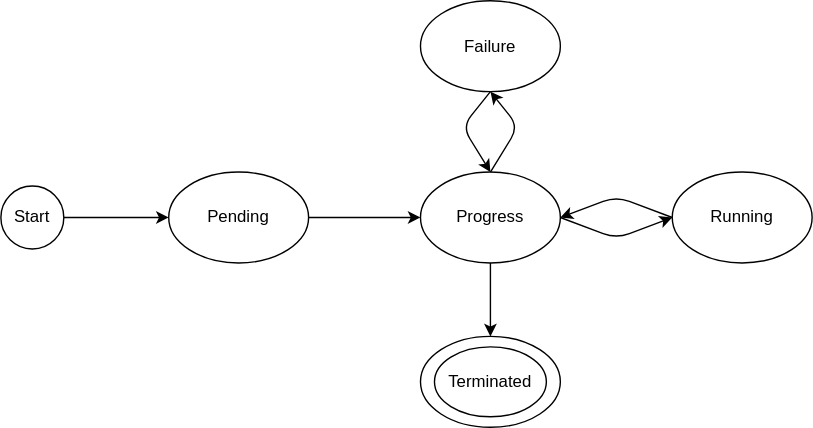
cbrgm/cloudburst keeps this draw.io diagram as documentation/state.svg. Above is the earlier version. Source tidied: cells renumbered, new cells last; positions are measured from the earlier drawing's top-left corner, leaving out a move shared by most shapes.
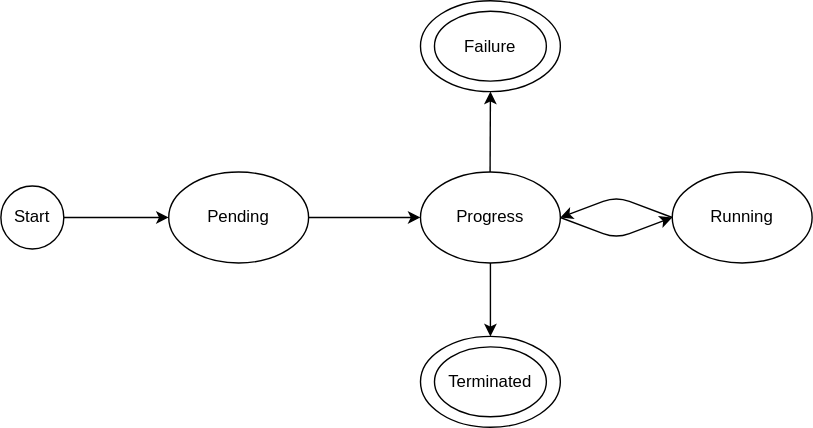
The same file after the commit.

Commit message:
docs: add updated state diagrams

What changed in the source:
```diff
@@ -28,23 +28,6 @@
         </Array>
       </mxGeometry>
     </mxCell>
-    <mxCell id="8" value="Failure" style="ellipse;whiteSpace=wrap;html=1;" parent="1" vertex="1">
-      <mxGeometry x="300" width="100" height="65" as="geometry" />
-    </mxCell>
-    <mxCell id="9" style="endArrow=classic;html=1;exitX=0.5;exitY=0;exitDx=0;exitDy=0;entryX=0.5;entryY=1;entryDx=0;entryDy=0;" parent="1" edge="1" source="4" target="8">
-      <mxGeometry relative="1" as="geometry">
-        <Array as="points">
-          <mxPoint x="370" y="90" />
-        </Array>
-      </mxGeometry>
-    </mxCell>
-    <mxCell id="10" style="endArrow=classic;html=1;exitX=0.5;exitY=1;exitDx=0;exitDy=0;entryX=0.5;entryY=0;entryDx=0;entryDy=0;" parent="1" edge="1" source="8" target="4">
-      <mxGeometry relative="1" as="geometry">
-        <Array as="points">
-          <mxPoint x="330" y="90" />
-        </Array>
-      </mxGeometry>
-    </mxCell>
     <mxCell id="11" style="ellipse;whiteSpace=wrap;html=1;" parent="1" vertex="1">
       <mxGeometry x="300" y="240" width="100" height="65" as="geometry" />
     </mxCell>
@@ -60,5 +43,16 @@
     <mxCell id="15" value="Start" style="ellipse;whiteSpace=wrap;html=1;" parent="1" vertex="1">
       <mxGeometry y="132.5" width="45" height="45" as="geometry" />
     </mxCell>
+    <mxCell id="16" style="ellipse;whiteSpace=wrap;html=1;" parent="1" vertex="1">
+      <mxGeometry x="300" width="100" height="65" as="geometry" />
+    </mxCell>
+    <mxCell id="8" value="Failure" style="ellipse;whiteSpace=wrap;html=1;" parent="1" vertex="1">
+      <mxGeometry x="310" y="7.5" width="80" height="50" as="geometry" />
+    </mxCell>
+    <mxCell id="17" style="endArrow=classic;html=1;exitX=0.5;exitY=1;exitDx=0;exitDy=0;entryX=0.5;entryY=1;entryDx=0;entryDy=0;" parent="1" edge="1" target="16">
+      <mxGeometry relative="1" as="geometry">
+        <mxPoint x="349.8" y="122.5" as="sourcePoint" />
+      </mxGeometry>
+    </mxCell>
   </root>
 </mxGraphModel>
```
